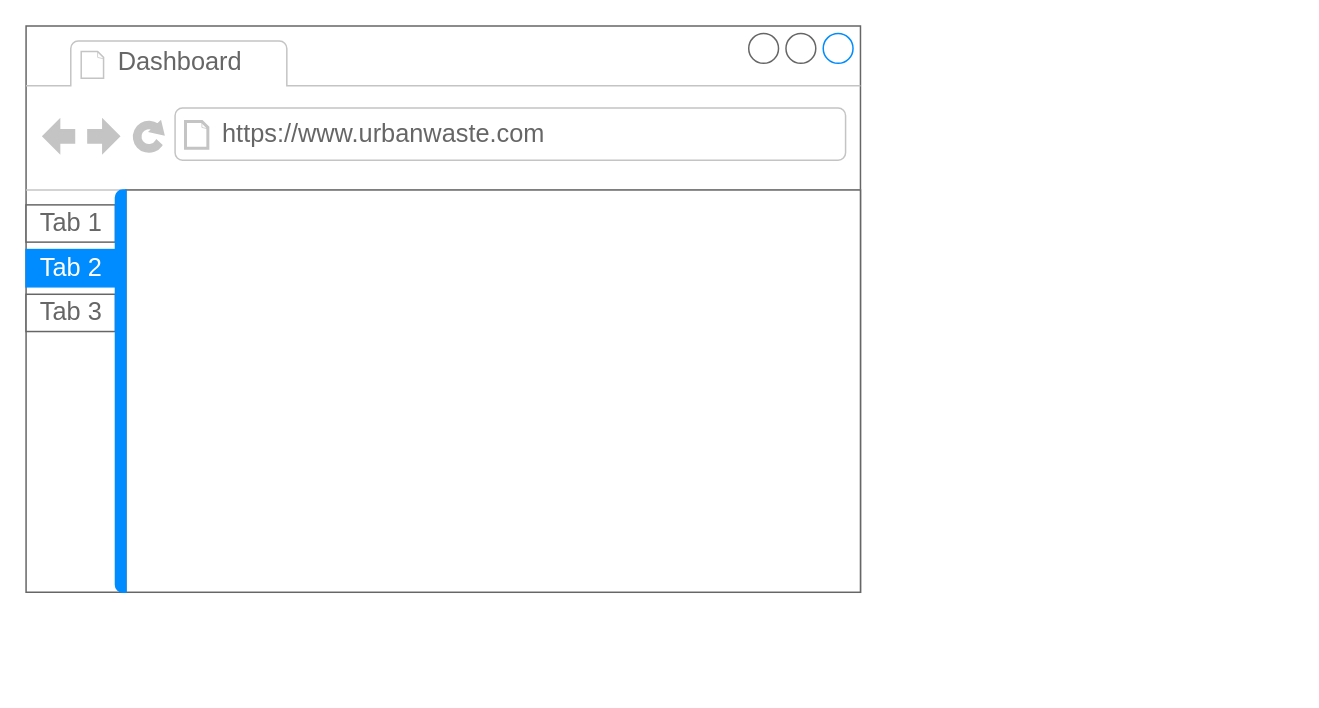
thuankhangho/btl-cnpm keeps this draw.io diagram as Tasks 1-4/task4.drawio. Above is the earlier version. Source tidied: cells renumbered, new cells numbered last; positions are measured from the earlier drawing's top-left corner, leaving out a move shared by most shapes. Both pictures are drawn from the tidied source at 149%, with x=0, y=0 at pixel (25, 25).
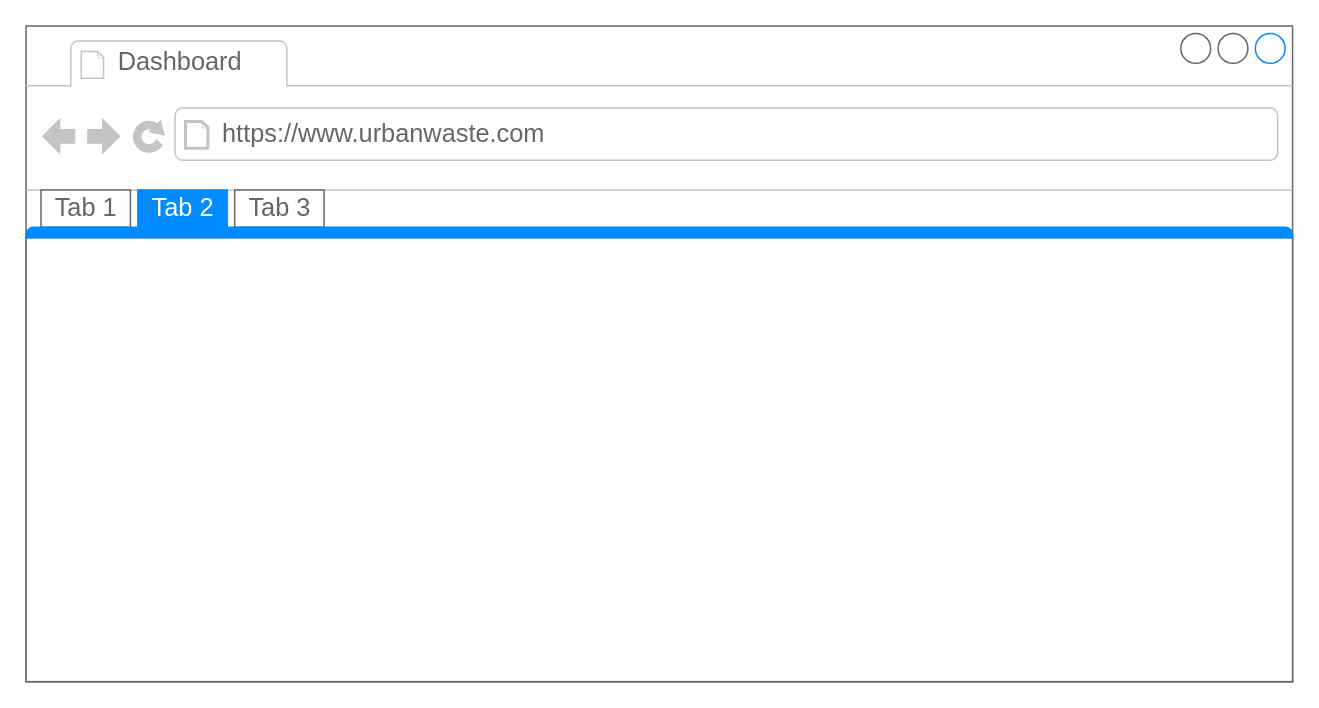
The same page after the edit.

Commit message (it also covers changes not shown here):
Began task 4

Change to the diagram source:
```diff
@@
 <mxGraphModel>
   <root>
     <mxCell id="0" />
     <mxCell id="1" parent="0" />
     <mxCell id="2" style="strokeWidth=1;shadow=0;dashed=0;align=center;html=1;shape=mxgraph.mockup.containers.browserWindow;rSize=0;strokeColor=#666666;strokeColor2=#008cff;strokeColor3=#c4c4c4;mainText=,;" parent="1" vertex="1">
-      <mxGeometry width="560" height="380" as="geometry" />
+      <mxGeometry width="850" height="440" as="geometry" />
     </mxCell>
     <mxCell id="3" value="Dashboard" style="strokeWidth=1;shadow=0;dashed=0;align=center;html=1;shape=mxgraph.mockup.containers.anchor;fontSize=17;fontColor=#666666;align=left;" parent="2" vertex="1">
       <mxGeometry x="60" y="12" width="110" height="26" as="geometry" />
     </mxCell>
     <mxCell id="4" value="https://www.urbanwaste.com" style="strokeWidth=1;shadow=0;dashed=0;align=center;html=1;shape=mxgraph.mockup.containers.anchor;rSize=0;fontSize=17;fontColor=#666666;align=left;" parent="2" vertex="1">
       <mxGeometry x="130" y="60" width="250" height="26" as="geometry" />
     </mxCell>
-    <mxCell id="5" style="strokeWidth=1;shadow=0;dashed=0;align=center;html=1;shape=mxgraph.mockup.containers.marginRect2;rectMarginLeft=67;strokeColor=#666666;gradientColor=none;" parent="2" vertex="1">
-      <mxGeometry y="110" width="560" height="270" as="geometry" />
-    </mxCell>
+    <mxCell id="10" style="strokeWidth=1;shadow=0;dashed=0;align=center;html=1;shape=mxgraph.mockup.containers.marginRect2;rectMarginTop=32;strokeColor=#666666;gradientColor=none;" parent="2" vertex="1">
+      <mxGeometry y="110" width="850" height="330" as="geometry" />
+    </mxCell>
-    <mxCell id="6" value="Tab 1" style="strokeColor=inherit;fillColor=inherit;gradientColor=inherit;strokeWidth=1;shadow=0;dashed=0;align=center;html=1;shape=mxgraph.mockup.containers.rrect;rSize=0;fontSize=17;fontColor=#666666;" parent="5" vertex="1">
+    <mxCell id="6" value="Tab 1" style="strokeColor=inherit;fillColor=inherit;gradientColor=inherit;strokeWidth=1;shadow=0;dashed=0;align=center;html=1;shape=mxgraph.mockup.containers.rrect;rSize=0;fontSize=17;fontColor=#666666;gradientColor=none;" parent="10" vertex="1">
       <mxGeometry width="60" height="25" relative="1" as="geometry">
-        <mxPoint y="10" as="offset" />
+        <mxPoint x="10" as="offset" />
       </mxGeometry>
     </mxCell>
-    <mxCell id="7" value="Tab 2" style="strokeWidth=1;shadow=0;dashed=0;align=center;html=1;shape=mxgraph.mockup.containers.rrect;rSize=0;fontSize=17;fontColor=#ffffff;strokeColor=#008cff;fillColor=#008cff;" parent="5" vertex="1">
+    <mxCell id="7" value="Tab 2" style="strokeWidth=1;shadow=0;dashed=0;align=center;html=1;shape=mxgraph.mockup.containers.rrect;rSize=0;fontSize=17;fontColor=#ffffff;strokeColor=#008cff;fillColor=#008cff;" parent="10" vertex="1">
       <mxGeometry width="60" height="25" relative="1" as="geometry">
-        <mxPoint y="40" as="offset" />
+        <mxPoint x="75" as="offset" />
       </mxGeometry>
     </mxCell>
-    <mxCell id="8" value="Tab 3" style="strokeColor=inherit;fillColor=inherit;gradientColor=inherit;strokeWidth=1;shadow=0;dashed=0;align=center;html=1;shape=mxgraph.mockup.containers.rrect;rSize=0;fontSize=17;fontColor=#666666;" parent="5" vertex="1">
+    <mxCell id="8" value="Tab 3" style="strokeColor=inherit;fillColor=inherit;gradientColor=inherit;strokeWidth=1;shadow=0;dashed=0;align=center;html=1;shape=mxgraph.mockup.containers.rrect;rSize=0;fontSize=17;fontColor=#666666;gradientColor=none;" parent="10" vertex="1">
       <mxGeometry width="60" height="25" relative="1" as="geometry">
-        <mxPoint y="70" as="offset" />
+        <mxPoint x="140" as="offset" />
       </mxGeometry>
     </mxCell>
-    <mxCell id="9" style="strokeWidth=1;shadow=0;dashed=0;align=center;html=1;shape=mxgraph.mockup.containers.leftButton;rSize=5;strokeColor=#008cff;fillColor=#008cff;" parent="5" vertex="1">
-      <mxGeometry width="7" height="270" relative="1" as="geometry">
-        <mxPoint x="60" as="offset" />
-      </mxGeometry>
-    </mxCell>
+    <mxCell id="11" style="strokeWidth=1;shadow=0;dashed=0;align=center;html=1;shape=mxgraph.mockup.containers.topButton;rSize=5;strokeColor=#008cff;fillColor=#008cff;gradientColor=none;" parent="10" vertex="1">
+      <mxGeometry width="850" height="7" relative="1" as="geometry">
+        <mxPoint y="25" as="offset" />
+      </mxGeometry>
+    </mxCell>
   </root>
 </mxGraphModel>
```
